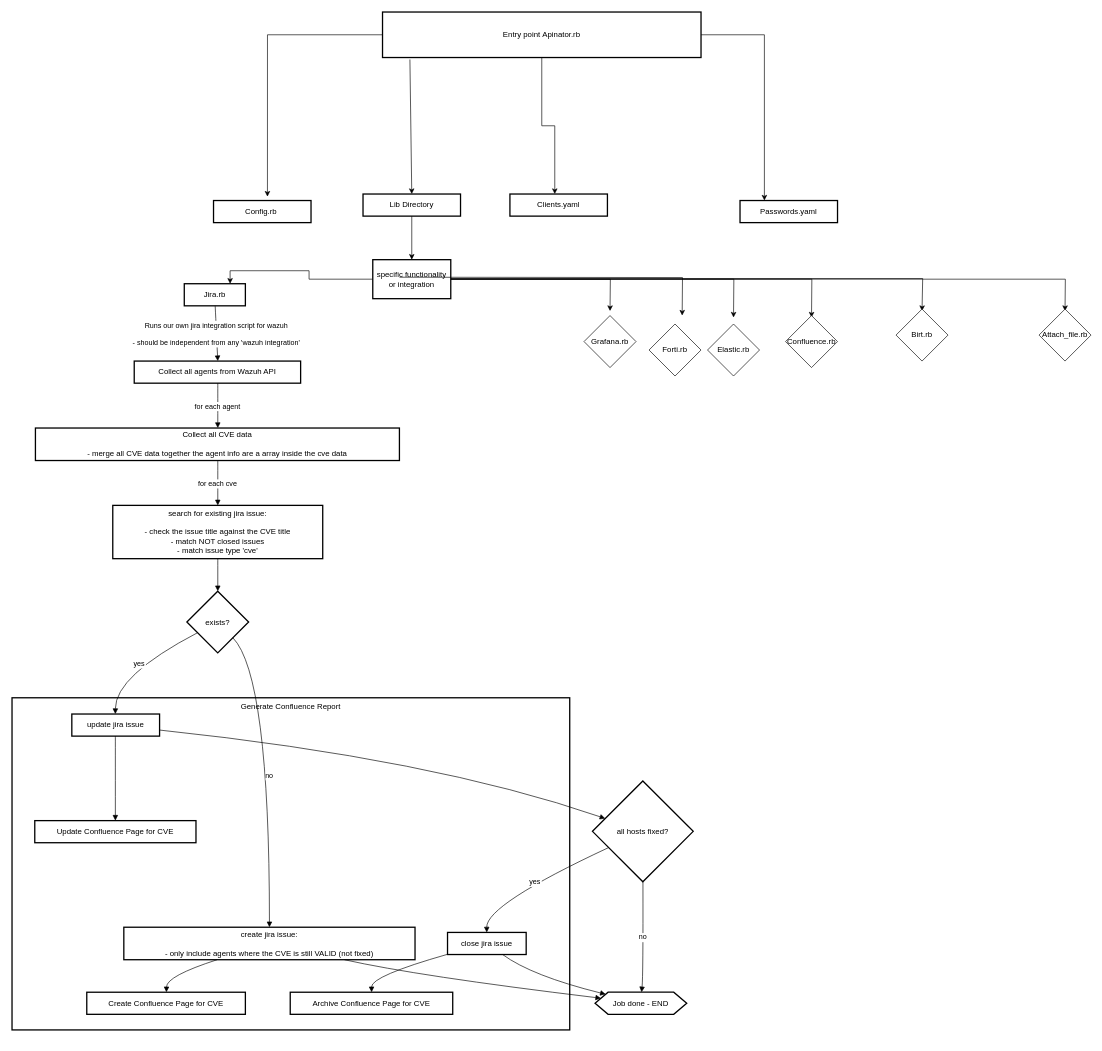
The draw.io diagram CVE.drawio in vaskosmihaylov/control-repo, before the edit. Source tidied: cells renumbered, new cells numbered last; positions are measured from the earlier drawing's top-left corner, leaving out a move shared by most shapes. Both pictures are drawn from the tidied source at 65%, with x=0, y=0 at pixel (12, 12).
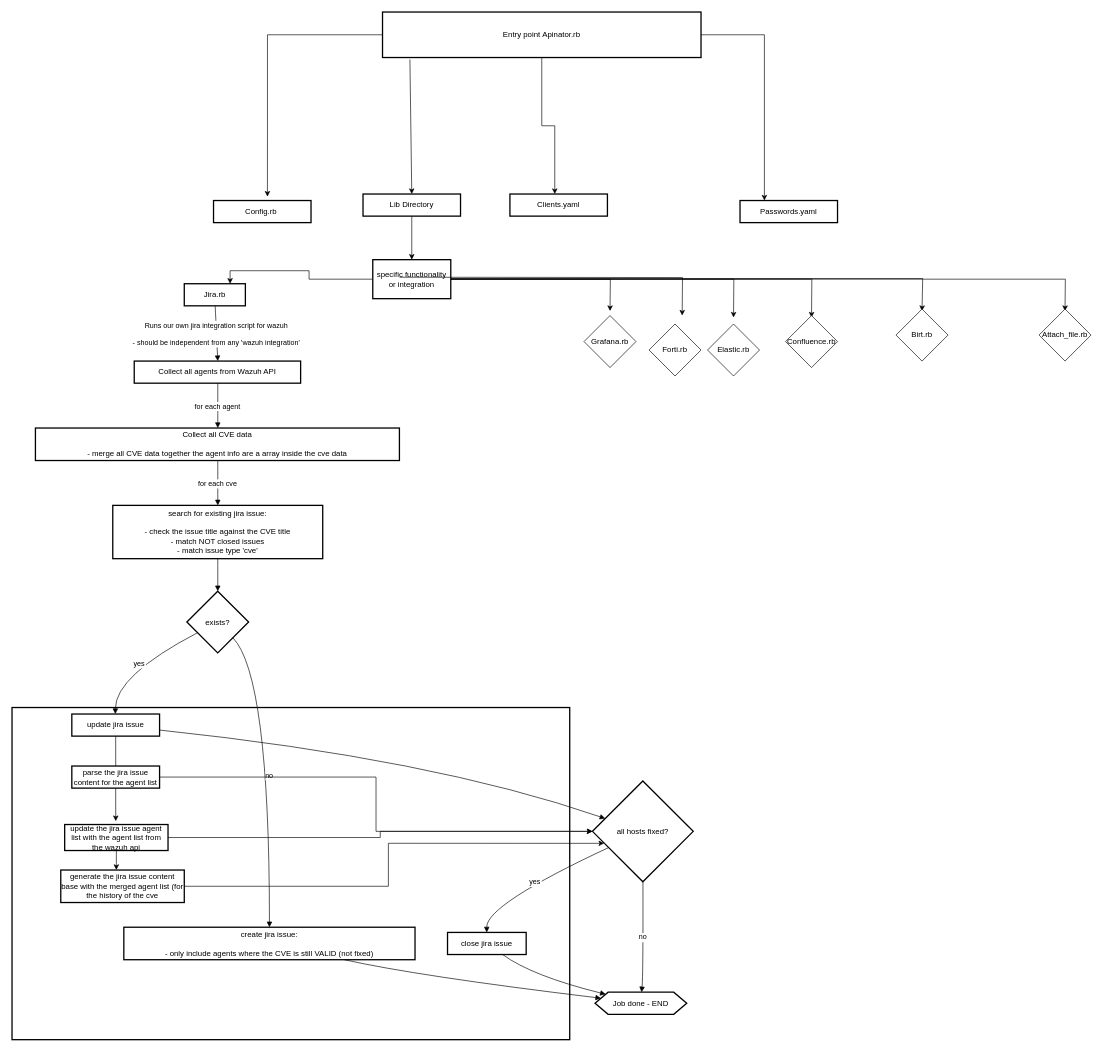
The same diagram, later.

Unchanged cells that the change refers to:
```xml
<mxCell id="4" value="create jira issue:&#10;&#10;    - only include agents where the CVE is still VALID (not fixed)" style="whiteSpace=wrap;strokeWidth=2;" parent="1" vertex="1">
  <mxGeometry x="172" y="1408" width="448" height="50" as="geometry" />
</mxCell>
<mxCell id="6" value="update jira issue" style="whiteSpace=wrap;strokeWidth=2;" parent="1" vertex="1">
  <mxGeometry x="92" y="1080" width="135" height="34" as="geometry" />
</mxCell>
<mxCell id="8" value="close jira issue" style="whiteSpace=wrap;strokeWidth=2;" parent="1" vertex="1">
  <mxGeometry x="670" y="1416" width="121" height="34" as="geometry" />
</mxCell>
<mxCell id="20" value="all hosts fixed?" style="rhombus;strokeWidth=2;whiteSpace=wrap;" parent="1" vertex="1">
  <mxGeometry x="893" y="1183" width="155" height="155" as="geometry" />
</mxCell>
```

The edit, as a diff of the source:
```diff
@@
-    <mxCell id="2" value="Generate Confluence Report" style="whiteSpace=wrap;strokeWidth=2;verticalAlign=top;" parent="1" vertex="1">
-      <mxGeometry y="1055" width="858" height="511" as="geometry" />
+    <mxCell id="2" style="whiteSpace=wrap;strokeWidth=2;verticalAlign=top;" parent="1" vertex="1">
+      <mxGeometry y="1070" width="858" height="511" as="geometry" />
     </mxCell>
-    <mxCell id="3" value="Create Confluence Page for CVE" style="whiteSpace=wrap;strokeWidth=2;" parent="1" vertex="1">
-      <mxGeometry x="115" y="1508" width="244" height="34" as="geometry" />
-    </mxCell>
@@
-    <mxCell id="5" value="Update Confluence Page for CVE" style="whiteSpace=wrap;strokeWidth=2;" parent="1" vertex="1">
-      <mxGeometry x="35" y="1244" width="248" height="34" as="geometry" />
-    </mxCell>
+    <mxCell id="54" style="edgeStyle=orthogonalEdgeStyle;rounded=0;jettySize=auto;html=1;entryX=0.186;entryY=0.205;entryDx=0;entryDy=0;entryPerimeter=0;" parent="1" edge="1" source="6" target="2">
+      <mxGeometry relative="1" as="geometry" />
+    </mxCell>
@@
-    <mxCell id="7" value="Archive Confluence Page for CVE" style="whiteSpace=wrap;strokeWidth=2;" parent="1" vertex="1">
-      <mxGeometry x="428" y="1508" width="250" height="34" as="geometry" />
-    </mxCell>
@@
-    <mxCell id="32" style="curved=1;startArrow=none;endArrow=block;exitX=0.32319423130580355;exitY=0.9921875;entryX=0.5022252817622951;entryY=-0.011488970588235295;rounded=0;" parent="1" edge="1" source="4" target="3">
-      <mxGeometry relative="1" as="geometry">
-        <Array as="points">
-          <mxPoint x="238" y="1483" />
-        </Array>
-      </mxGeometry>
-    </mxCell>
-    <mxCell id="33" style="curved=1;startArrow=none;endArrow=block;exitX=0.4961226851851852;exitY=1.0142463235294117;entryX=0.4999054939516129;entryY=0.0013786764705882354;rounded=0;" parent="1" edge="1" source="6" target="5">
-      <mxGeometry relative="1" as="geometry" />
-    </mxCell>
-    <mxCell id="34" style="curved=1;startArrow=none;endArrow=block;exitX=0.0010860020661161535;exitY=0.9885110294117647;entryX=0.5008125;entryY=-0.011488970588235295;rounded=0;" parent="1" edge="1" source="8" target="7">
-      <mxGeometry relative="1" as="geometry">
-        <Array as="points">
-          <mxPoint x="553" y="1483" />
-        </Array>
-      </mxGeometry>
-    </mxCell>
@@
+    <mxCell id="55" style="edgeStyle=orthogonalEdgeStyle;rounded=0;jettySize=auto;html=1;entryX=0.186;entryY=0.342;entryDx=0;entryDy=0;entryPerimeter=0;" parent="1" edge="1" source="57" target="2">
+      <mxGeometry relative="1" as="geometry" />
+    </mxCell>
+    <mxCell id="56" style="edgeStyle=orthogonalEdgeStyle;rounded=0;jettySize=auto;html=1;" parent="1" edge="1" source="57" target="20">
+      <mxGeometry relative="1" as="geometry" />
+    </mxCell>
+    <mxCell id="57" value="parse the jira issue content for the agent list" style="whiteSpace=wrap;strokeWidth=2;" parent="1" vertex="1">
+      <mxGeometry x="92" y="1160" width="135" height="34" as="geometry" />
+    </mxCell>
+    <mxCell id="58" style="edgeStyle=orthogonalEdgeStyle;rounded=0;jettySize=auto;html=1;entryX=0.187;entryY=0.489;entryDx=0;entryDy=0;entryPerimeter=0;" parent="1" edge="1" source="60" target="2">
+      <mxGeometry relative="1" as="geometry" />
+    </mxCell>
+    <mxCell id="59" style="edgeStyle=orthogonalEdgeStyle;rounded=0;jettySize=auto;html=1;" parent="1" edge="1" source="60" target="20">
+      <mxGeometry relative="1" as="geometry" />
+    </mxCell>
+    <mxCell id="60" value="update the jira issue agent list with the agent list from the wazuh api" style="whiteSpace=wrap;strokeWidth=2;" parent="1" vertex="1">
+      <mxGeometry x="81" y="1250" width="159" height="40" as="geometry" />
+    </mxCell>
+    <mxCell id="61" style="edgeStyle=orthogonalEdgeStyle;rounded=0;jettySize=auto;html=1;entryX=0.116;entryY=0.619;entryDx=0;entryDy=0;entryPerimeter=0;" parent="1" edge="1" source="62" target="20">
+      <mxGeometry relative="1" as="geometry" />
+    </mxCell>
+    <mxCell id="62" value="generate the jira issue content base with the merged agent list (for the history of the cve" style="whiteSpace=wrap;strokeWidth=2;" parent="1" vertex="1">
+      <mxGeometry x="75" y="1320" width="190" height="50" as="geometry" />
+    </mxCell>
```
